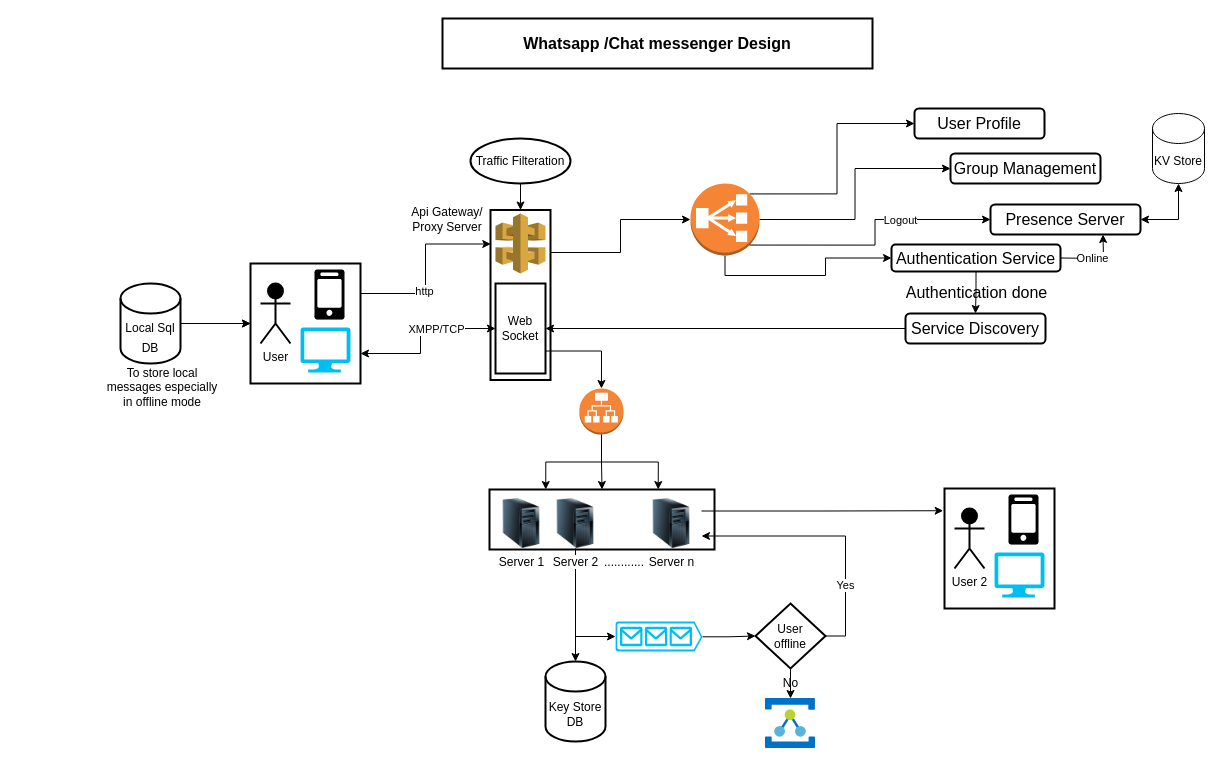
This is page "Whatsapp/Chat Messanger" (1 of 5) of Design Systems.drawio from vaibhavjain1/app.diagrams.net, a draw.io file, before an edit. Source tidied: cells renumbered, new cells numbered last; positions are measured from the earlier drawing's top-left corner, leaving out a move shared by most shapes. Both pictures are drawn from the tidied source at 100%, with x=0, y=0 at pixel (102, 18).
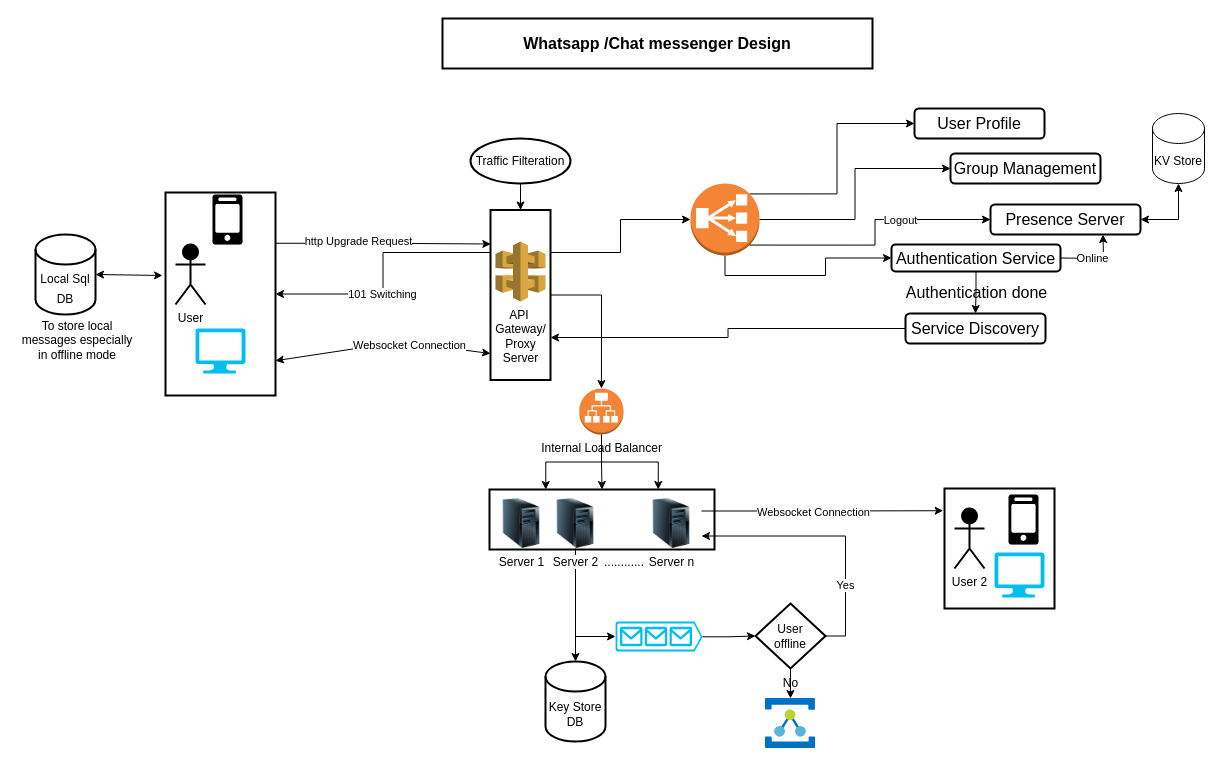
Above is the later version.

The change refers to these unchanged cells:
```xml
<mxCell id="4" style="edgeStyle=orthogonalEdgeStyle;rounded=0;jettySize=auto;html=1;exitX=1;exitY=0.25;exitDx=0;exitDy=0;entryX=0.005;entryY=0.2;entryDx=0;entryDy=0;entryPerimeter=0;labelBackgroundColor=none;strokeColor=#000000;fontSize=12;fontColor=#000000;" parent="1" edge="1" source="6" target="21">
  <mxGeometry relative="1" as="geometry" />
</mxCell>
<mxCell id="19" value="Service Discovery" style="rounded=1;whiteSpace=wrap;html=1;strokeColor=#000000;strokeWidth=2;fontSize=16;fontColor=#000000;fillColor=none;" parent="1" vertex="1">
  <mxGeometry x="803" y="295" width="140" height="30" as="geometry" />
</mxCell>
<mxCell id="21" style="rounded=0;whiteSpace=wrap;html=1;strokeColor=#000000;strokeWidth=2;fontSize=16;fontColor=#000000;fillColor=none;" parent="1" vertex="1">
  <mxGeometry x="388" y="191.5" width="60" height="170" as="geometry" />
</mxCell>
<mxCell id="36" style="edgeStyle=orthogonalEdgeStyle;rounded=0;jettySize=auto;html=1;exitX=1;exitY=0.25;exitDx=0;exitDy=0;entryX=-0.012;entryY=0.185;entryDx=0;entryDy=0;entryPerimeter=0;labelBackgroundColor=none;strokeColor=#000000;fontSize=12;fontColor=#000000;endArrow=classic;endFill=1;" parent="1" edge="1" source="37" target="47">
  <mxGeometry relative="1" as="geometry" />
</mxCell>
```

Change to the diagram source:
```diff
@@
-    <mxCell id="5" value="http" style="edgeLabel;html=1;align=center;verticalAlign=middle;" parent="4" vertex="1">
+    <mxCell id="5" value="http Upgrade Request" style="edgeLabel;html=1;align=center;verticalAlign=middle;" parent="4" vertex="1">
       <mxGeometry x="-0.24" y="2" relative="1" as="geometry" />
     </mxCell>
     <mxCell id="6" style="rounded=0;whiteSpace=wrap;html=1;strokeColor=#000000;strokeWidth=2;fontSize=16;fontColor=#000000;fillColor=none;" parent="1" vertex="1">
-      <mxGeometry x="148" y="245" width="110" height="120" as="geometry" />
+      <mxGeometry x="63" y="174" width="110" height="203" as="geometry" />
     </mxCell>
-    <mxCell id="7" style="edgeStyle=orthogonalEdgeStyle;rounded=0;jettySize=auto;html=1;fontSize=16;fontColor=#000000;" parent="1" edge="1" source="9" target="6">
-      <mxGeometry relative="1" as="geometry" />
-    </mxCell>
-    <mxCell id="8" style="edgeStyle=orthogonalEdgeStyle;rounded=0;jettySize=auto;html=1;entryX=0;entryY=0.5;entryDx=0;entryDy=0;fontSize=16;fontColor=#000000;strokeColor=#000000;" parent="1" edge="1" source="9" target="6">
-      <mxGeometry relative="1" as="geometry" />
-    </mxCell>
     <mxCell id="9" value="&lt;font style=&quot;font-size: 12px;&quot;&gt;Local Sql&lt;br&gt;DB&lt;/font&gt;" style="shape=cylinder3;whiteSpace=wrap;html=1;boundedLbl=1;backgroundOutline=1;size=15;strokeColor=#000000;strokeWidth=2;fontSize=16;fontColor=#000000;fillColor=none;" parent="1" vertex="1">
-      <mxGeometry x="18" y="265" width="60" height="80" as="geometry" />
+      <mxGeometry x="-67" y="216" width="60" height="80" as="geometry" />
     </mxCell>
@@
-    <mxCell id="18" style="edgeStyle=orthogonalEdgeStyle;rounded=0;jettySize=auto;html=1;exitX=0;exitY=0.5;exitDx=0;exitDy=0;labelBackgroundColor=none;strokeColor=#000000;fontSize=12;fontColor=#000000;" parent="1" edge="1" source="19" target="28">
+    <mxCell id="18" style="edgeStyle=orthogonalEdgeStyle;rounded=0;jettySize=auto;html=1;exitX=0;exitY=0.5;exitDx=0;exitDy=0;labelBackgroundColor=none;strokeColor=#000000;fontSize=12;fontColor=#000000;entryX=1;entryY=0.75;entryDx=0;entryDy=0;" parent="1" edge="1" source="19" target="21">
       <mxGeometry relative="1" as="geometry" />
     </mxCell>
@@
+    <mxCell id="65" style="edgeStyle=orthogonalEdgeStyle;rounded=0;jettySize=auto;html=1;exitX=0;exitY=0.25;exitDx=0;exitDy=0;entryX=1;entryY=0.5;entryDx=0;entryDy=0;" parent="1" edge="1" source="21" target="6">
+      <mxGeometry relative="1" as="geometry" />
+    </mxCell>
+    <mxCell id="66" value="101 Switching" style="edgeLabel;html=1;align=center;verticalAlign=middle;" parent="65" vertex="1">
+      <mxGeometry x="0.18" relative="1" as="geometry">
+        <mxPoint x="1" as="offset" />
+      </mxGeometry>
+    </mxCell>
@@
     <mxCell id="22" style="verticalLabelPosition=bottom;html=1;verticalAlign=top;align=center;strokeColor=none;fillColor=#00BEF2;shape=mxgraph.azure.computer;strokeWidth=2;fontSize=12;fontColor=#000000;" parent="1" vertex="1">
-      <mxGeometry x="198" y="309" width="50" height="45" as="geometry" />
+      <mxGeometry x="93" y="310" width="50" height="45" as="geometry" />
     </mxCell>
     <mxCell id="23" style="dashed=0;verticalLabelPosition=bottom;verticalAlign=top;align=center;html=1;shape=mxgraph.aws3.mobile_client;fillColor=#000000;gradientColor=none;strokeColor=#000000;strokeWidth=2;fontSize=12;fontColor=#000000;" parent="1" vertex="1">
-      <mxGeometry x="212" y="251" width="30" height="50" as="geometry" />
+      <mxGeometry x="110" y="176" width="30" height="50" as="geometry" />
     </mxCell>
     <mxCell id="24" value="User" style="shape=umlActor;verticalLabelPosition=bottom;verticalAlign=top;html=1;strokeColor=#000000;strokeWidth=2;fontSize=12;fontColor=#000000;fillColor=#000000;" parent="1" vertex="1">
-      <mxGeometry x="158" y="265" width="30" height="60" as="geometry" />
+      <mxGeometry x="73" y="226" width="30" height="60" as="geometry" />
     </mxCell>
@@
-    <mxCell id="27" style="dashed=0;verticalLabelPosition=bottom;verticalAlign=top;align=center;html=1;shape=mxgraph.aws3.api_gateway;fillColor=#D9A741;gradientColor=none;strokeColor=#000000;strokeWidth=2;fontSize=12;fontColor=#000000;" parent="1" vertex="1">
-      <mxGeometry x="393" y="195" width="50" height="60" as="geometry" />
+    <mxCell id="27" value="API&amp;nbsp;&lt;div&gt;Gateway/&lt;/div&gt;&lt;div&gt;Proxy&lt;/div&gt;&lt;div&gt;Server&lt;/div&gt;" style="dashed=0;verticalLabelPosition=bottom;verticalAlign=top;align=center;html=1;shape=mxgraph.aws3.api_gateway;fillColor=#D9A741;gradientColor=none;strokeColor=#000000;strokeWidth=2;fontSize=12;fontColor=#000000;" parent="1" vertex="1">
+      <mxGeometry x="393" y="223" width="50" height="60" as="geometry" />
     </mxCell>
-    <mxCell id="28" value="Web&lt;br&gt;Socket" style="rounded=0;whiteSpace=wrap;html=1;strokeColor=#000000;strokeWidth=2;fontSize=12;fontColor=#000000;fillColor=#FFFFFF;" parent="1" vertex="1">
-      <mxGeometry x="393" y="265" width="50" height="90" as="geometry" />
-    </mxCell>
-    <mxCell id="29" style="endArrow=classic;startArrow=classic;html=1;rounded=0;labelBackgroundColor=none;strokeColor=#000000;fontSize=12;fontColor=#000000;exitX=1;exitY=0.75;exitDx=0;exitDy=0;entryX=0;entryY=0.5;entryDx=0;entryDy=0;" parent="1" edge="1" source="6" target="28">
+    <mxCell id="29" style="endArrow=classic;startArrow=classic;html=1;rounded=0;labelBackgroundColor=none;strokeColor=#000000;fontSize=12;fontColor=#000000;exitX=1;exitY=0.75;exitDx=0;exitDy=0;entryX=0;entryY=0.75;entryDx=0;entryDy=0;" parent="1" edge="1">
       <mxGeometry relative="1" as="geometry">
+        <mxPoint x="173" y="342.2" as="sourcePoint" />
+        <mxPoint x="388" y="335" as="targetPoint" />
         <Array as="points">
-          <mxPoint x="318" y="335" />
-          <mxPoint x="318" y="310" />
+          <mxPoint x="280" y="326" />
+          <mxPoint x="318" y="326" />
         </Array>
       </mxGeometry>
     </mxCell>
-    <mxCell id="30" value="XMPP/TCP" style="edgeLabel;html=1;align=center;verticalAlign=middle;" parent="29" vertex="1">
+    <mxCell id="30" value="Websocket Connection" style="edgeLabel;html=1;align=center;verticalAlign=middle;" parent="29" vertex="1">
       <mxGeometry x="0.25" relative="1" as="geometry" />
     </mxCell>
     <mxCell id="31" value="To store local messages especially in offline mode" style="text;html=1;strokeColor=none;fillColor=none;align=center;verticalAlign=middle;whiteSpace=wrap;rounded=0;strokeWidth=2;fontSize=12;fontColor=#000000;" parent="1" vertex="1">
-      <mxGeometry y="354" width="120" height="30" as="geometry" />
+      <mxGeometry x="-85" y="307" width="120" height="30" as="geometry" />
     </mxCell>
@@
+    <mxCell id="67" value="Websocket Connection" style="edgeLabel;html=1;align=center;verticalAlign=middle;" parent="36" vertex="1">
+      <mxGeometry x="-0.09" y="-1" relative="1" as="geometry">
+        <mxPoint x="1" as="offset" />
+      </mxGeometry>
+    </mxCell>
@@
-    <mxCell id="51" value="Api Gateway/ Proxy Server" style="text;html=1;align=center;verticalAlign=middle;whiteSpace=wrap;rounded=0;" parent="1" vertex="1">
-      <mxGeometry x="295" y="186" width="100" height="30" as="geometry" />
-    </mxCell>
@@
-    <mxCell id="63" style="outlineConnect=0;dashed=0;verticalLabelPosition=bottom;verticalAlign=top;align=center;html=1;shape=mxgraph.aws3.application_load_balancer;fillColor=#F58536;gradientColor=none;" parent="1" vertex="1">
+    <mxCell id="63" value="Internal Load Balancer&lt;div&gt;&lt;br&gt;&lt;/div&gt;" style="outlineConnect=0;dashed=0;verticalLabelPosition=bottom;verticalAlign=top;align=center;html=1;shape=mxgraph.aws3.application_load_balancer;fillColor=#F58536;gradientColor=none;" parent="1" vertex="1">
       <mxGeometry x="476.9" y="370" width="44.1" height="46" as="geometry" />
     </mxCell>
-    <mxCell id="64" style="edgeStyle=orthogonalEdgeStyle;rounded=0;jettySize=auto;html=1;exitX=1;exitY=0.75;exitDx=0;exitDy=0;entryX=0.5;entryY=0;entryDx=0;entryDy=0;entryPerimeter=0;" parent="1" edge="1" source="28" target="63">
+    <mxCell id="64" style="edgeStyle=orthogonalEdgeStyle;rounded=0;jettySize=auto;html=1;exitX=1;exitY=0.5;exitDx=0;exitDy=0;entryX=0.5;entryY=0;entryDx=0;entryDy=0;entryPerimeter=0;" parent="1" edge="1" source="21" target="63">
       <mxGeometry relative="1" as="geometry" />
     </mxCell>
+    <mxCell id="68" style="endArrow=classic;startArrow=classic;html=1;rounded=0;exitX=1;exitY=0.5;exitDx=0;exitDy=0;exitPerimeter=0;" parent="1" edge="1" source="9">
+      <mxGeometry relative="1" as="geometry">
+        <mxPoint x="60" y="257" as="targetPoint" />
+      </mxGeometry>
+    </mxCell>
```
